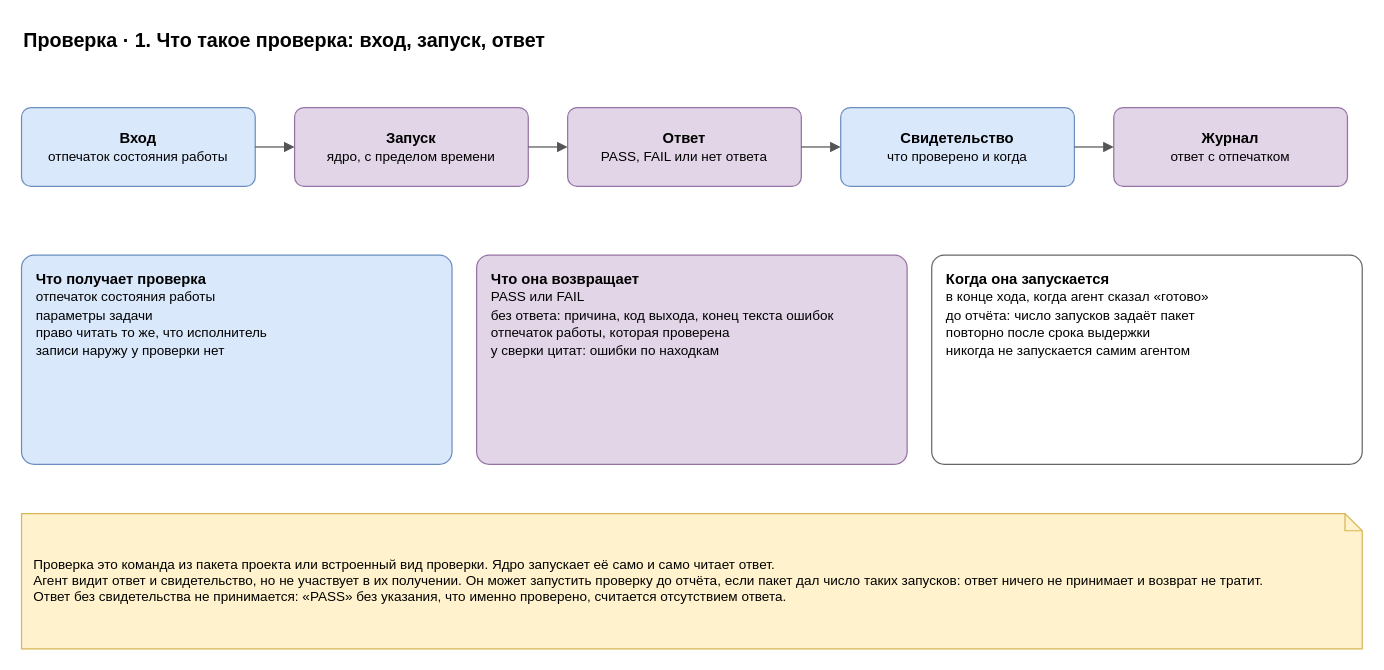
roygkov/reins keeps this draw.io diagram as page "1. Запуск и ответ" (1 of 5) of docs/spec/harness-check.drawio. Above is the earlier version. Source tidied: cells renumbered, new cells numbered last; positions are measured from the earlier drawing's top-left corner, leaving out a move shared by most shapes. Both pictures are drawn from the tidied source at 123%, with x=0, y=0 at pixel (21, 21).
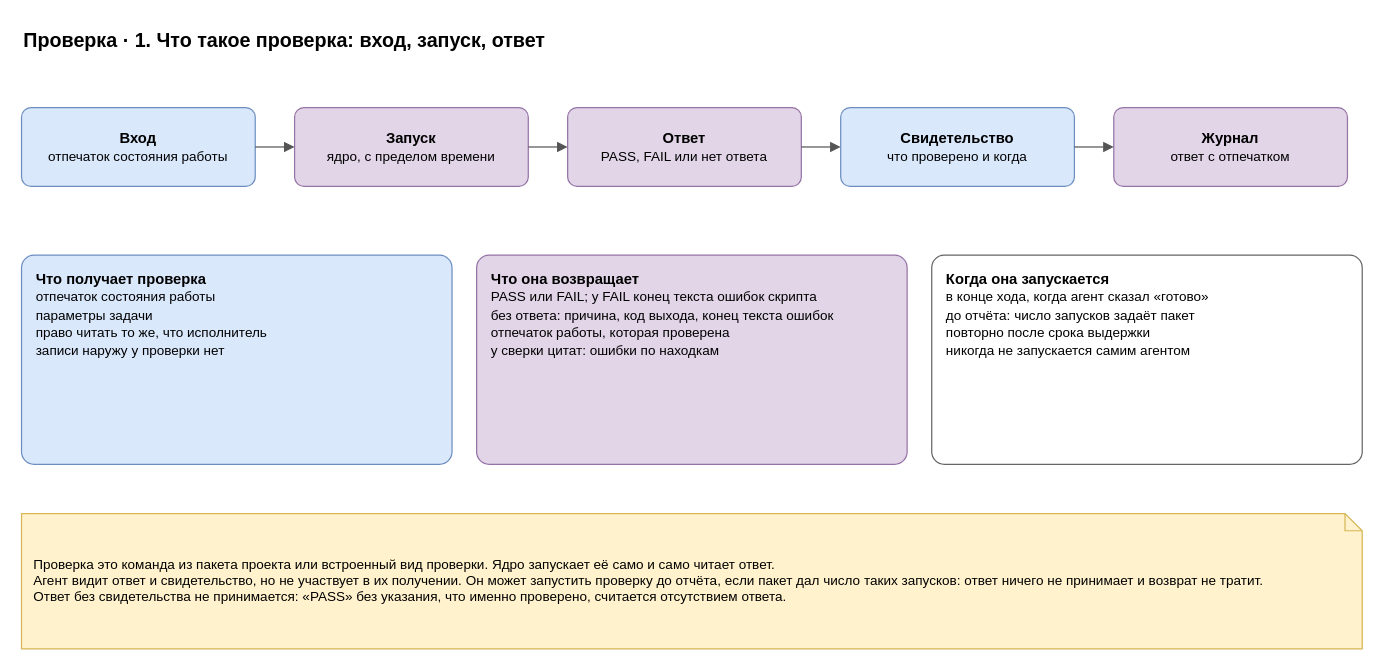
The same page after the edit.

Commit message (it also covers changes not shown here):
spec: harness-check page 1 says that a FAIL carries the end of the error text of the script; contracts W11 names the scheme

The edit, as a diff of the source:
```diff
@@
 <mxGraphModel>
   <root>
     <mxCell id="0" />
     <mxCell id="1" parent="0" />
     <mxCell id="2" value="Проверка · 1. Что такое проверка: вход, запуск, ответ" style="text;html=1;align=left;verticalAlign=middle;whiteSpace=wrap;fontSize=16;strokeColor=none;fillColor=none;fontStyle=1;" parent="1" vertex="1">
       <mxGeometry width="900" height="30" as="geometry" />
     </mxCell>
     <mxCell id="3" value="&lt;b&gt;Вход&lt;/b&gt;&lt;br&gt;&lt;font style=&quot;font-size:11px&quot;&gt;отпечаток состояния работы&lt;/font&gt;" style="rounded=1;whiteSpace=wrap;html=1;fillColor=#dae8fc;strokeColor=#6c8ebf;arcSize=12;" parent="1" vertex="1">
       <mxGeometry y="70" width="190" height="64" as="geometry" />
     </mxCell>
     <mxCell id="4" value="&lt;b&gt;Запуск&lt;/b&gt;&lt;br&gt;&lt;font style=&quot;font-size:11px&quot;&gt;ядро, с пределом времени&lt;/font&gt;" style="rounded=1;whiteSpace=wrap;html=1;fillColor=#e1d5e7;strokeColor=#9673a6;arcSize=12;" parent="1" vertex="1">
       <mxGeometry x="222" y="70" width="190" height="64" as="geometry" />
     </mxCell>
     <mxCell id="5" style="edgeStyle=orthogonalEdgeStyle;rounded=0;html=1;endArrow=block;endFill=1;strokeColor=#555555;fontSize=11;labelBackgroundColor=#ffffff;" parent="1" edge="1" source="3" target="4">
       <mxGeometry relative="1" as="geometry" />
     </mxCell>
     <mxCell id="6" value="&lt;b&gt;Ответ&lt;/b&gt;&lt;br&gt;&lt;font style=&quot;font-size:11px&quot;&gt;PASS, FAIL или нет ответа&lt;/font&gt;" style="rounded=1;whiteSpace=wrap;html=1;fillColor=#e1d5e7;strokeColor=#9673a6;arcSize=12;" parent="1" vertex="1">
       <mxGeometry x="444" y="70" width="190" height="64" as="geometry" />
     </mxCell>
     <mxCell id="7" style="edgeStyle=orthogonalEdgeStyle;rounded=0;html=1;endArrow=block;endFill=1;strokeColor=#555555;fontSize=11;labelBackgroundColor=#ffffff;" parent="1" edge="1" source="4" target="6">
       <mxGeometry relative="1" as="geometry" />
     </mxCell>
     <mxCell id="8" value="&lt;b&gt;Свидетельство&lt;/b&gt;&lt;br&gt;&lt;font style=&quot;font-size:11px&quot;&gt;что проверено и когда&lt;/font&gt;" style="rounded=1;whiteSpace=wrap;html=1;fillColor=#dae8fc;strokeColor=#6c8ebf;arcSize=12;" parent="1" vertex="1">
       <mxGeometry x="666" y="70" width="190" height="64" as="geometry" />
     </mxCell>
     <mxCell id="9" style="edgeStyle=orthogonalEdgeStyle;rounded=0;html=1;endArrow=block;endFill=1;strokeColor=#555555;fontSize=11;labelBackgroundColor=#ffffff;" parent="1" edge="1" source="6" target="8">
       <mxGeometry relative="1" as="geometry" />
     </mxCell>
     <mxCell id="10" value="&lt;b&gt;Журнал&lt;/b&gt;&lt;br&gt;&lt;font style=&quot;font-size:11px&quot;&gt;ответ с отпечатком&lt;/font&gt;" style="rounded=1;whiteSpace=wrap;html=1;fillColor=#e1d5e7;strokeColor=#9673a6;arcSize=12;" parent="1" vertex="1">
       <mxGeometry x="888" y="70" width="190" height="64" as="geometry" />
     </mxCell>
     <mxCell id="11" style="edgeStyle=orthogonalEdgeStyle;rounded=0;html=1;endArrow=block;endFill=1;strokeColor=#555555;fontSize=11;labelBackgroundColor=#ffffff;" parent="1" edge="1" source="8" target="10">
       <mxGeometry relative="1" as="geometry" />
     </mxCell>
     <mxCell id="12" value="&lt;b&gt;Что получает проверка&lt;/b&gt;&lt;br&gt;&lt;font style=&quot;font-size:11px&quot;&gt;отпечаток состояния работы&lt;br&gt;параметры задачи&lt;br&gt;право читать то же, что исполнитель&lt;br&gt;записи наружу у проверки нет&lt;/font&gt;" style="rounded=1;whiteSpace=wrap;html=1;fillColor=#dae8fc;strokeColor=#6c8ebf;arcSize=6;align=left;verticalAlign=top;spacingLeft=10;spacingTop=6;spacingRight=6;" parent="1" vertex="1">
       <mxGeometry y="190" width="350" height="170" as="geometry" />
     </mxCell>
-    <mxCell id="13" value="&lt;b&gt;Что она возвращает&lt;/b&gt;&lt;br&gt;&lt;font style=&quot;font-size:11px&quot;&gt;PASS или FAIL&lt;br&gt;без ответа: причина, код выхода, конец текста ошибок&lt;br&gt;отпечаток работы, которая проверена&lt;br&gt;у сверки цитат: ошибки по находкам&lt;/font&gt;" style="rounded=1;whiteSpace=wrap;html=1;fillColor=#e1d5e7;strokeColor=#9673a6;arcSize=6;align=left;verticalAlign=top;spacingLeft=10;spacingTop=6;spacingRight=6;" parent="1" vertex="1">
+    <mxCell id="13" value="&lt;b&gt;Что она возвращает&lt;/b&gt;&lt;br&gt;&lt;font style=&quot;font-size:11px&quot;&gt;PASS или FAIL; у FAIL конец текста ошибок скрипта&lt;br&gt;без ответа: причина, код выхода, конец текста ошибок&lt;br&gt;отпечаток работы, которая проверена&lt;br&gt;у сверки цитат: ошибки по находкам&lt;/font&gt;" style="rounded=1;whiteSpace=wrap;html=1;fillColor=#e1d5e7;strokeColor=#9673a6;arcSize=6;align=left;verticalAlign=top;spacingLeft=10;spacingTop=6;spacingRight=6;" parent="1" vertex="1">
       <mxGeometry x="370" y="190" width="350" height="170" as="geometry" />
     </mxCell>
     <mxCell id="14" value="&lt;b&gt;Когда она запускается&lt;/b&gt;&lt;br&gt;&lt;font style=&quot;font-size:11px&quot;&gt;в конце хода, когда агент сказал «готово»&lt;br&gt;до отчёта: число запусков задаёт пакет&lt;br&gt;повторно после срока выдержки&lt;br&gt;никогда не запускается самим агентом&lt;/font&gt;" style="rounded=1;whiteSpace=wrap;html=1;fillColor=#ffffff;strokeColor=#666666;arcSize=6;align=left;verticalAlign=top;spacingLeft=10;spacingTop=6;spacingRight=6;" parent="1" vertex="1">
       <mxGeometry x="740" y="190" width="350" height="170" as="geometry" />
     </mxCell>
     <mxCell id="15" value="Проверка это команда из пакета проекта или встроенный вид проверки. Ядро запускает её само и само читает ответ.&lt;br&gt;Агент видит ответ и свидетельство, но не участвует в их получении. Он может запустить проверку до отчёта, если пакет дал число таких запусков: ответ ничего не принимает и возврат не тратит.&lt;br&gt;Ответ без свидетельства не принимается: «PASS» без указания, что именно проверено, считается отсутствием ответа." style="shape=note;whiteSpace=wrap;html=1;backgroundOutline=1;size=14;fillColor=#fff2cc;strokeColor=#d6b656;align=left;spacingLeft=8;spacingRight=8;fontSize=11;" parent="1" vertex="1">
       <mxGeometry y="400" width="1090" height="110" as="geometry" />
     </mxCell>
   </root>
 </mxGraphModel>
```
